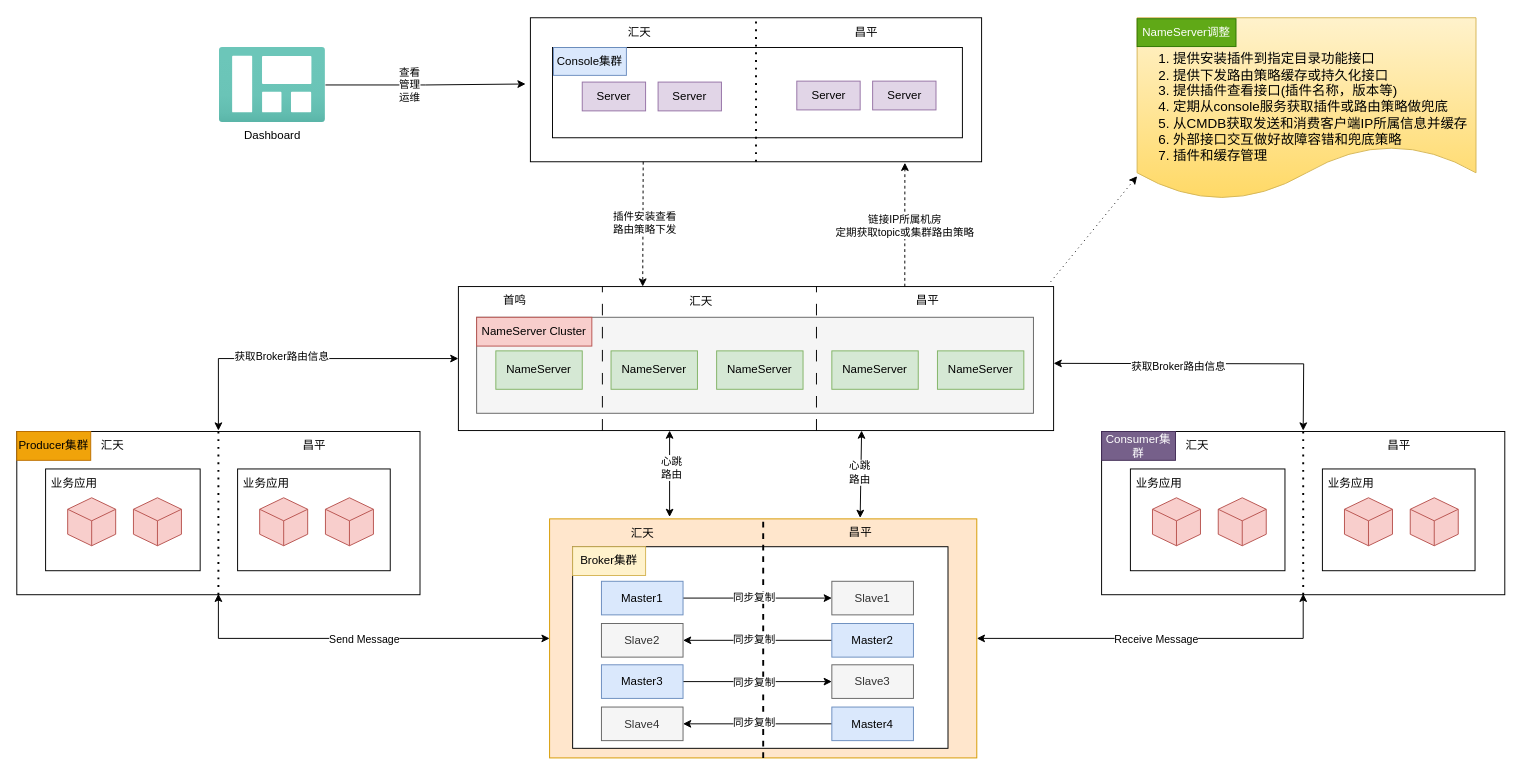
This is RMQ NameSrv控制多活.drawio from qiangyin/zipkin-server, a draw.io file, before an edit. Source tidied: cells renumbered, new cells numbered last; positions are measured from the earlier drawing's top-left corner, leaving out a move shared by most shapes. Both pictures are drawn from the tidied source at 96%, with x=0, y=0 at pixel (16, 17).
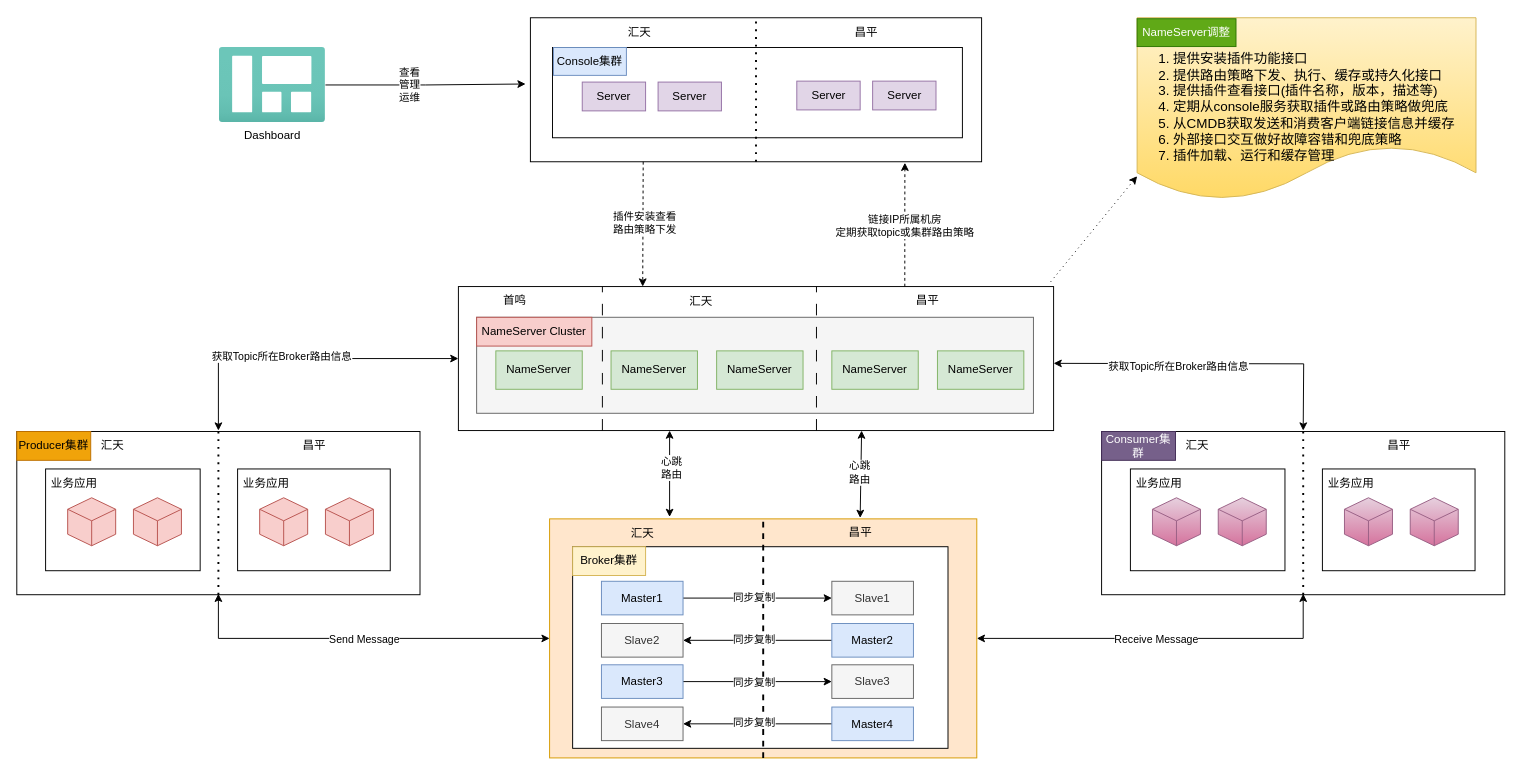
The same page after the edit.

Commit message:
更新RMQ NameSrv控制多活.drawio

The change refers to these unchanged cells:
```xml
<mxCell id="69" style="endArrow=classic;startArrow=classic;html=1;rounded=0;entryX=0;entryY=0.5;entryDx=0;entryDy=0;edgeStyle=orthogonalEdgeStyle;" parent="1" edge="1" target="3">
  <mxGeometry relative="1" as="geometry">
    <mxPoint x="210" y="430" as="sourcePoint" />
    <Array as="points">
      <mxPoint x="210" y="355" />
    </Array>
  </mxGeometry>
</mxCell>
<mxCell id="86" style="endArrow=classic;startArrow=classic;html=1;rounded=0;edgeStyle=orthogonalEdgeStyle;" parent="1" edge="1">
  <mxGeometry relative="1" as="geometry">
    <mxPoint x="1080" y="360" as="sourcePoint" />
    <mxPoint x="1340" y="430" as="targetPoint" />
  </mxGeometry>
</mxCell>
```

What changed in the source:
```diff
@@
-    <mxCell id="70" value="获取Broker路由信息" style="edgeLabel;html=1;align=center;verticalAlign=middle;" parent="69" vertex="1">
+    <mxCell id="70" value="获取Topic所在Broker路由信息" style="edgeLabel;html=1;align=center;verticalAlign=middle;" parent="69" vertex="1">
       <mxGeometry x="-0.14" y="3" relative="1" as="geometry" />
     </mxCell>
@@
-    <mxCell id="75" style="html=1;shape=mxgraph.basic.isocube;isoAngle=15;fillColor=#f8cecc;strokeColor=#b85450;" parent="1" vertex="1">
+    <mxCell id="75" style="html=1;shape=mxgraph.basic.isocube;isoAngle=15;fillColor=#e6d0de;strokeColor=#996185;gradientColor=#d5739d;" parent="1" vertex="1">
       <mxGeometry x="1251.5" y="500" width="50" height="50" as="geometry" />
     </mxCell>
-    <mxCell id="76" style="html=1;shape=mxgraph.basic.isocube;isoAngle=15;fillColor=#f8cecc;strokeColor=#b85450;" parent="1" vertex="1">
+    <mxCell id="76" style="html=1;shape=mxgraph.basic.isocube;isoAngle=15;fillColor=#e6d0de;strokeColor=#996185;gradientColor=#d5739d;" parent="1" vertex="1">
       <mxGeometry x="1183" y="500" width="50" height="50" as="geometry" />
     </mxCell>
@@
-    <mxCell id="78" style="html=1;shape=mxgraph.basic.isocube;isoAngle=15;fillColor=#f8cecc;strokeColor=#b85450;" parent="1" vertex="1">
+    <mxCell id="78" style="html=1;shape=mxgraph.basic.isocube;isoAngle=15;fillColor=#e6d0de;strokeColor=#996185;gradientColor=#d5739d;" parent="1" vertex="1">
       <mxGeometry x="1451.5" y="500" width="50" height="50" as="geometry" />
     </mxCell>
-    <mxCell id="79" style="html=1;shape=mxgraph.basic.isocube;isoAngle=15;fillColor=#f8cecc;strokeColor=#b85450;" parent="1" vertex="1">
+    <mxCell id="79" style="html=1;shape=mxgraph.basic.isocube;isoAngle=15;fillColor=#e6d0de;strokeColor=#996185;gradientColor=#d5739d;" parent="1" vertex="1">
       <mxGeometry x="1383" y="500" width="50" height="50" as="geometry" />
     </mxCell>
@@
-    <mxCell id="87" value="获取Broker路由信息" style="edgeLabel;html=1;align=center;verticalAlign=middle;" parent="86" vertex="1">
+    <mxCell id="87" value="获取Topic所在Broker路由信息" style="edgeLabel;html=1;align=center;verticalAlign=middle;" parent="86" vertex="1">
       <mxGeometry x="-0.21" y="-2" relative="1" as="geometry" />
     </mxCell>
@@
-    <mxCell id="97" value="&lt;ol style=&quot;font-size: 14px;&quot;&gt;&lt;li&gt;提供安装插件到指定目录功能接口&lt;/li&gt;&lt;li&gt;提供下发路由策略缓存或持久化接口&lt;/li&gt;&lt;li&gt;提供插件查看接口(插件名称，版本等)&lt;/li&gt;&lt;li&gt;定期从console服务获取插件或路由策略做兜底&lt;/li&gt;&lt;li&gt;从CMDB获取发送和消费客户端IP所属信息并缓存&lt;/li&gt;&lt;li&gt;外部接口交互做好故障容错和兜底策略&lt;/li&gt;&lt;li&gt;插件和缓存管理&lt;/li&gt;&lt;/ol&gt;" style="text;html=1;align=left;verticalAlign=middle;whiteSpace=wrap;rounded=0;" parent="1" vertex="1">
+    <mxCell id="97" value="&lt;ol style=&quot;font-size: 14px;&quot;&gt;&lt;li&gt;提供安装插件功能接口&lt;/li&gt;&lt;li&gt;提供路由策略下发、执行、缓存或持久化接口&lt;/li&gt;&lt;li&gt;提供插件查看接口(插件名称，版本，描述等)&lt;/li&gt;&lt;li&gt;定期从console服务获取插件或路由策略做兜底&lt;/li&gt;&lt;li&gt;从CMDB获取发送和消费客户端链接信息并缓存&lt;/li&gt;&lt;li&gt;外部接口交互做好故障容错和兜底策略&lt;/li&gt;&lt;li&gt;插件加载、运行和缓存管理&lt;/li&gt;&lt;/ol&gt;" style="text;html=1;align=left;verticalAlign=middle;whiteSpace=wrap;rounded=0;" parent="1" vertex="1">
       <mxGeometry x="1163" y="35" width="353" height="115" as="geometry" />
     </mxCell>
```
